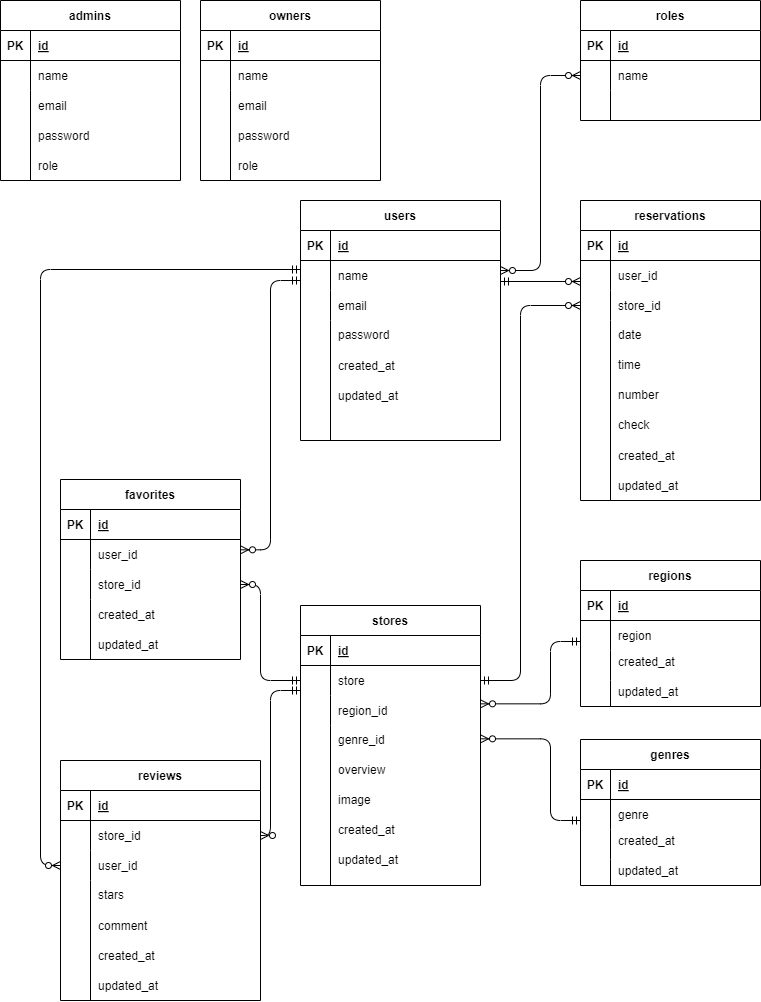
The draw.io diagram index.drawio.png in syakuyaku514/contactadvanced-form, before a commit. Source tidied: cells renumbered, new cells last; positions are measured from the earlier drawing's top-left corner, leaving out a move shared by most shapes.
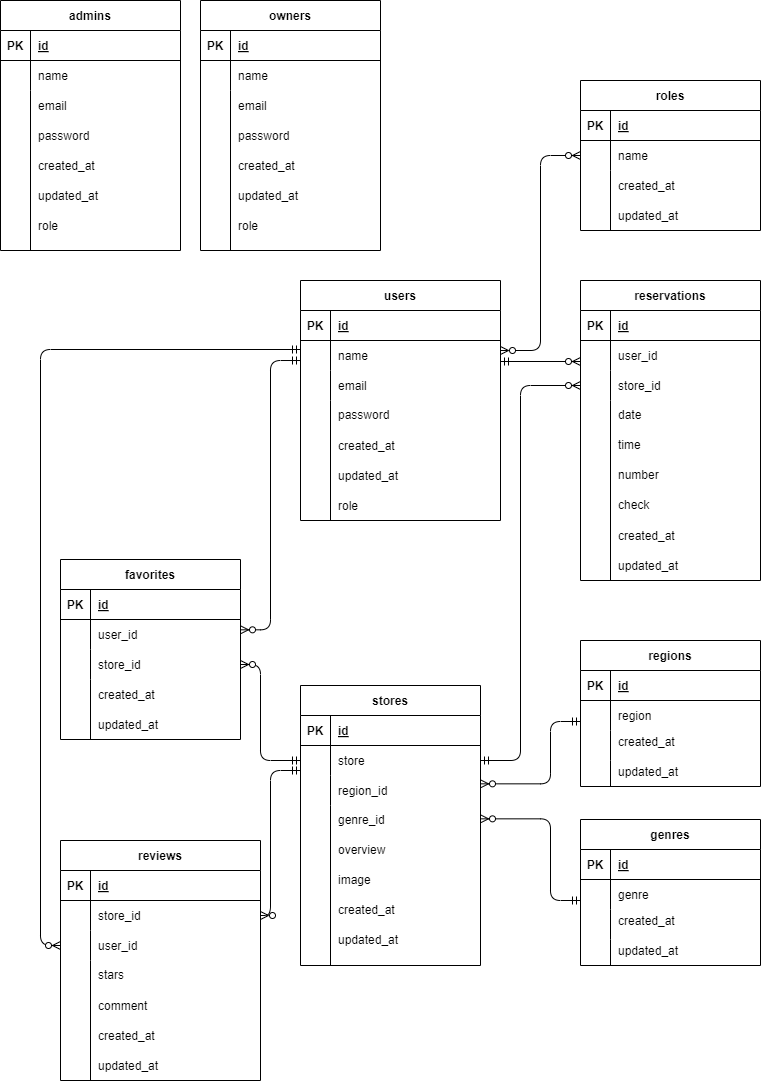
Above is the later version.

What changed in the source:
```diff
@@ -415,7 +415,7 @@
       <mxGeometry x="610" y="409" width="150" height="30" as="geometry" />
     </mxCell>
     <mxCell id="125" value="roles" style="shape=table;startSize=30;rowLines=0;fontStyle=1;align=center;" parent="1" vertex="1">
-      <mxGeometry x="580" width="180" height="120" as="geometry" />
+      <mxGeometry x="580" width="180" height="150" as="geometry" />
     </mxCell>
     <mxCell id="126" style="shape=tableRow;horizontal=0;startSize=0;swimlaneHead=0;swimlaneBody=0;fillColor=none;top=0;left=0;right=0;bottom=1;" parent="125" vertex="1">
       <mxGeometry y="30" width="180" height="30" as="geometry" />
@@ -436,13 +436,13 @@
       <mxGeometry x="30" width="150" height="30" as="geometry" />
     </mxCell>
     <mxCell id="132" style="shape=tableRow;horizontal=0;startSize=0;swimlaneHead=0;swimlaneBody=0;fillColor=none;top=0;left=0;right=0;bottom=0;" parent="125" vertex="1">
-      <mxGeometry y="90" width="180" height="30" as="geometry" />
+      <mxGeometry y="90" width="180" height="60" as="geometry" />
     </mxCell>
     <mxCell id="133" style="shape=partialRectangle;fillColor=none;top=0;left=0;bottom=0;right=0;overflow=hidden;" parent="132" vertex="1">
-      <mxGeometry width="30" height="30" as="geometry" />
+      <mxGeometry width="30" height="60" as="geometry" />
     </mxCell>
     <mxCell id="134" style="shape=partialRectangle;fillColor=none;top=0;left=0;bottom=0;right=0;align=left;spacingLeft=6;overflow=hidden;" parent="132" vertex="1">
-      <mxGeometry x="30" width="150" height="30" as="geometry" />
+      <mxGeometry x="30" width="150" height="60" as="geometry" />
     </mxCell>
     <mxCell id="135" style="fontSize=12;html=1;endArrow=ERzeroToMany;startArrow=ERzeroToMany;entryX=0;entryY=0.5;entryDx=0;entryDy=0;startFill=0;edgeStyle=elbowEdgeStyle;" parent="1" edge="1" target="129">
       <mxGeometry relative="1" as="geometry">
@@ -454,7 +454,7 @@
       </mxGeometry>
     </mxCell>
     <mxCell id="136" value="admins" style="shape=table;startSize=30;rowLines=0;fontStyle=1;align=center;" parent="1" vertex="1">
-      <mxGeometry width="180" height="180" as="geometry" />
+      <mxGeometry y="-80" width="180" height="250" as="geometry" />
     </mxCell>
     <mxCell id="137" style="shape=tableRow;horizontal=0;startSize=0;swimlaneHead=0;swimlaneBody=0;fillColor=none;top=0;left=0;right=0;bottom=1;" parent="136" vertex="1">
       <mxGeometry y="30" width="180" height="30" as="geometry" />
@@ -475,25 +475,25 @@
       <mxGeometry x="30" width="150" height="30" as="geometry" />
     </mxCell>
     <mxCell id="143" style="shape=tableRow;horizontal=0;startSize=0;swimlaneHead=0;swimlaneBody=0;fillColor=none;top=0;left=0;right=0;bottom=0;" parent="136" vertex="1">
-      <mxGeometry y="90" width="180" height="90" as="geometry" />
+      <mxGeometry y="90" width="180" height="160" as="geometry" />
     </mxCell>
     <mxCell id="144" style="shape=partialRectangle;fillColor=none;top=0;left=0;bottom=0;right=0;overflow=hidden;" parent="143" vertex="1">
-      <mxGeometry width="30" height="90" as="geometry" />
+      <mxGeometry width="30" height="160" as="geometry" />
     </mxCell>
     <mxCell id="145" style="shape=partialRectangle;fillColor=none;top=0;left=0;bottom=0;right=0;align=left;spacingLeft=6;overflow=hidden;" parent="143" vertex="1">
-      <mxGeometry x="30" width="150" height="90" as="geometry" />
+      <mxGeometry x="30" width="150" height="160" as="geometry" />
     </mxCell>
     <mxCell id="146" value="email" style="shape=partialRectangle;fillColor=none;top=0;left=0;bottom=0;right=0;align=left;spacingLeft=6;overflow=hidden;" parent="1" vertex="1">
-      <mxGeometry x="30" y="90" width="150" height="30" as="geometry" />
+      <mxGeometry x="30" y="10" width="150" height="30" as="geometry" />
     </mxCell>
     <mxCell id="147" value="password" style="shape=partialRectangle;fillColor=none;top=0;left=0;bottom=0;right=0;align=left;spacingLeft=6;overflow=hidden;" parent="1" vertex="1">
-      <mxGeometry x="30" y="120" width="150" height="30" as="geometry" />
+      <mxGeometry x="30" y="40" width="150" height="30" as="geometry" />
     </mxCell>
-    <mxCell id="148" value="role" style="shape=partialRectangle;fillColor=none;top=0;left=0;bottom=0;right=0;align=left;spacingLeft=6;overflow=hidden;" parent="1" vertex="1">
-      <mxGeometry x="30" y="150" width="150" height="30" as="geometry" />
+    <mxCell id="148" value="created_at" style="shape=partialRectangle;fillColor=none;top=0;left=0;bottom=0;right=0;align=left;spacingLeft=6;overflow=hidden;" parent="1" vertex="1">
+      <mxGeometry x="30" y="70" width="150" height="30" as="geometry" />
     </mxCell>
     <mxCell id="149" value="owners" style="shape=table;startSize=30;rowLines=0;fontStyle=1;align=center;" parent="1" vertex="1">
-      <mxGeometry x="200" width="180" height="180" as="geometry" />
+      <mxGeometry x="200" y="-80" width="180" height="250" as="geometry" />
     </mxCell>
     <mxCell id="150" style="shape=tableRow;horizontal=0;startSize=0;swimlaneHead=0;swimlaneBody=0;fillColor=none;top=0;left=0;right=0;bottom=1;" parent="149" vertex="1">
       <mxGeometry y="30" width="180" height="30" as="geometry" />
@@ -514,22 +514,43 @@
       <mxGeometry x="30" width="150" height="30" as="geometry" />
     </mxCell>
     <mxCell id="156" style="shape=tableRow;horizontal=0;startSize=0;swimlaneHead=0;swimlaneBody=0;fillColor=none;top=0;left=0;right=0;bottom=0;" parent="149" vertex="1">
-      <mxGeometry y="90" width="180" height="90" as="geometry" />
+      <mxGeometry y="90" width="180" height="160" as="geometry" />
     </mxCell>
     <mxCell id="157" style="shape=partialRectangle;fillColor=none;top=0;left=0;bottom=0;right=0;overflow=hidden;" parent="156" vertex="1">
-      <mxGeometry width="30" height="90" as="geometry" />
+      <mxGeometry width="30" height="160" as="geometry" />
     </mxCell>
     <mxCell id="158" style="shape=partialRectangle;fillColor=none;top=0;left=0;bottom=0;right=0;align=left;spacingLeft=6;overflow=hidden;" parent="156" vertex="1">
-      <mxGeometry x="30" width="150" height="90" as="geometry" />
+      <mxGeometry x="30" width="150" height="160" as="geometry" />
     </mxCell>
     <mxCell id="159" value="email" style="shape=partialRectangle;fillColor=none;top=0;left=0;bottom=0;right=0;align=left;spacingLeft=6;overflow=hidden;" parent="1" vertex="1">
-      <mxGeometry x="230" y="90" width="150" height="30" as="geometry" />
+      <mxGeometry x="230" y="10" width="150" height="30" as="geometry" />
     </mxCell>
     <mxCell id="160" value="password" style="shape=partialRectangle;fillColor=none;top=0;left=0;bottom=0;right=0;align=left;spacingLeft=6;overflow=hidden;" parent="1" vertex="1">
-      <mxGeometry x="230" y="120" width="150" height="30" as="geometry" />
+      <mxGeometry x="230" y="40" width="150" height="30" as="geometry" />
     </mxCell>
-    <mxCell id="161" value="role" style="shape=partialRectangle;fillColor=none;top=0;left=0;bottom=0;right=0;align=left;spacingLeft=6;overflow=hidden;" parent="1" vertex="1">
-      <mxGeometry x="230" y="150" width="150" height="30" as="geometry" />
+    <mxCell id="161" value="created_at" style="shape=partialRectangle;fillColor=none;top=0;left=0;bottom=0;right=0;align=left;spacingLeft=6;overflow=hidden;" parent="1" vertex="1">
+      <mxGeometry x="230" y="70" width="150" height="30" as="geometry" />
     </mxCell>
+    <mxCell id="162" value="updated_at" style="shape=partialRectangle;fillColor=none;top=0;left=0;bottom=0;right=0;align=left;spacingLeft=6;overflow=hidden;" parent="1" vertex="1">
+      <mxGeometry x="30" y="100" width="150" height="30" as="geometry" />
+    </mxCell>
+    <mxCell id="163" value="role" style="shape=partialRectangle;fillColor=none;top=0;left=0;bottom=0;right=0;align=left;spacingLeft=6;overflow=hidden;" parent="1" vertex="1">
+      <mxGeometry x="30" y="130" width="150" height="30" as="geometry" />
+    </mxCell>
+    <mxCell id="164" value="updated_at" style="shape=partialRectangle;fillColor=none;top=0;left=0;bottom=0;right=0;align=left;spacingLeft=6;overflow=hidden;" parent="1" vertex="1">
+      <mxGeometry x="230" y="100" width="150" height="30" as="geometry" />
+    </mxCell>
+    <mxCell id="165" value="role" style="shape=partialRectangle;fillColor=none;top=0;left=0;bottom=0;right=0;align=left;spacingLeft=6;overflow=hidden;" parent="1" vertex="1">
+      <mxGeometry x="230" y="130" width="150" height="30" as="geometry" />
+    </mxCell>
+    <mxCell id="166" value="created_at" style="shape=partialRectangle;fillColor=none;top=0;left=0;bottom=0;right=0;align=left;spacingLeft=6;overflow=hidden;" parent="1" vertex="1">
+      <mxGeometry x="610" y="90" width="150" height="30" as="geometry" />
+    </mxCell>
+    <mxCell id="167" value="updated_at" style="shape=partialRectangle;fillColor=none;top=0;left=0;bottom=0;right=0;align=left;spacingLeft=6;overflow=hidden;" parent="1" vertex="1">
+      <mxGeometry x="610" y="120" width="150" height="30" as="geometry" />
+    </mxCell>
+    <mxCell id="168" value="role" style="shape=partialRectangle;fillColor=none;top=0;left=0;bottom=0;right=0;align=left;spacingLeft=6;overflow=hidden;" parent="1" vertex="1">
+      <mxGeometry x="330" y="410" width="150" height="30" as="geometry" />
+    </mxCell>
   </root>
 </mxGraphModel>
```
